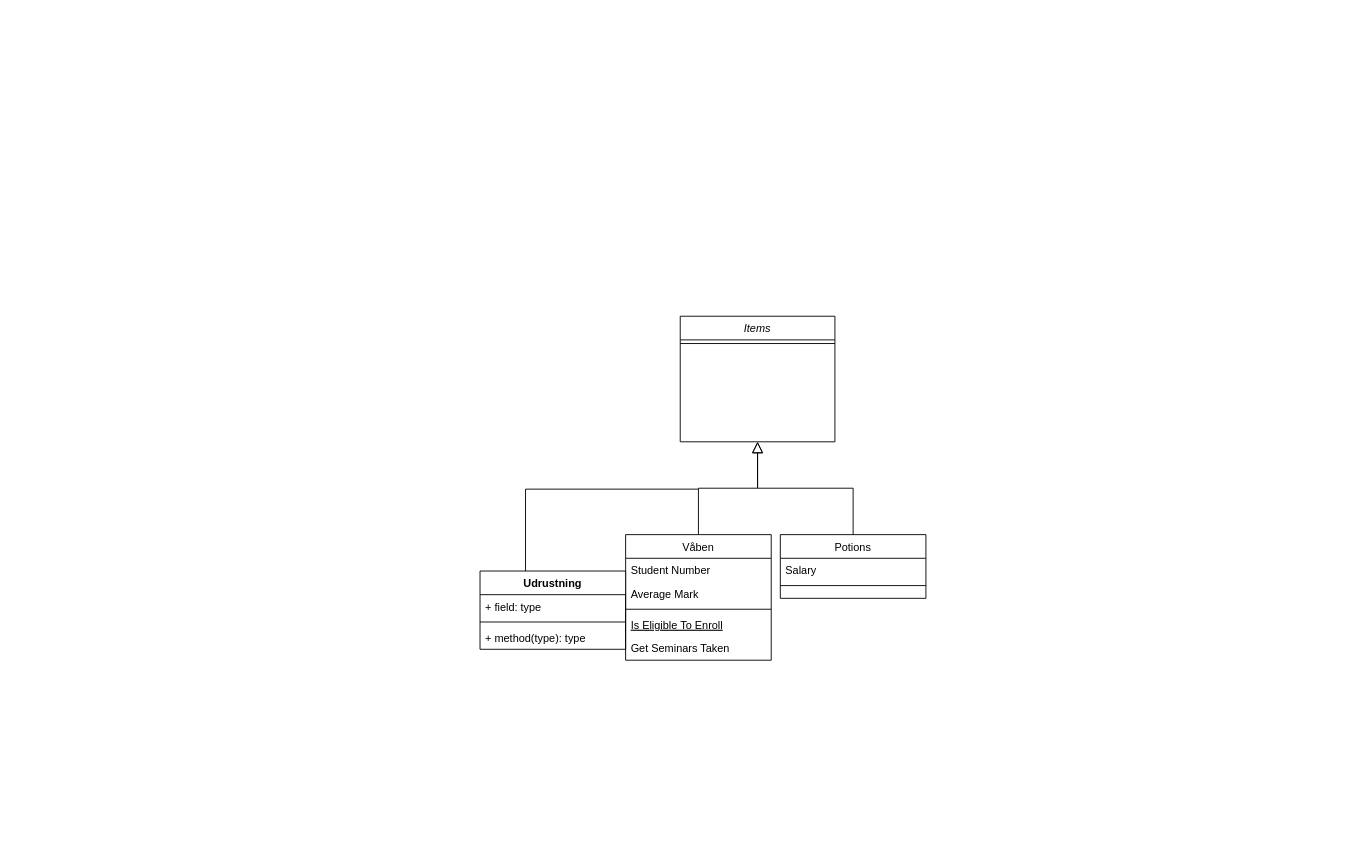
Above: Unavngivet diagram.drawio in cao002eduzealand/waf (draw.io), before the change. Source tidied: cells renumbered, new cells numbered last; positions are measured from the earlier drawing's top-left corner, leaving out a move shared by most shapes. Both pictures are drawn from the tidied source at 91%, with x=0, y=0 at pixel (480, 316).
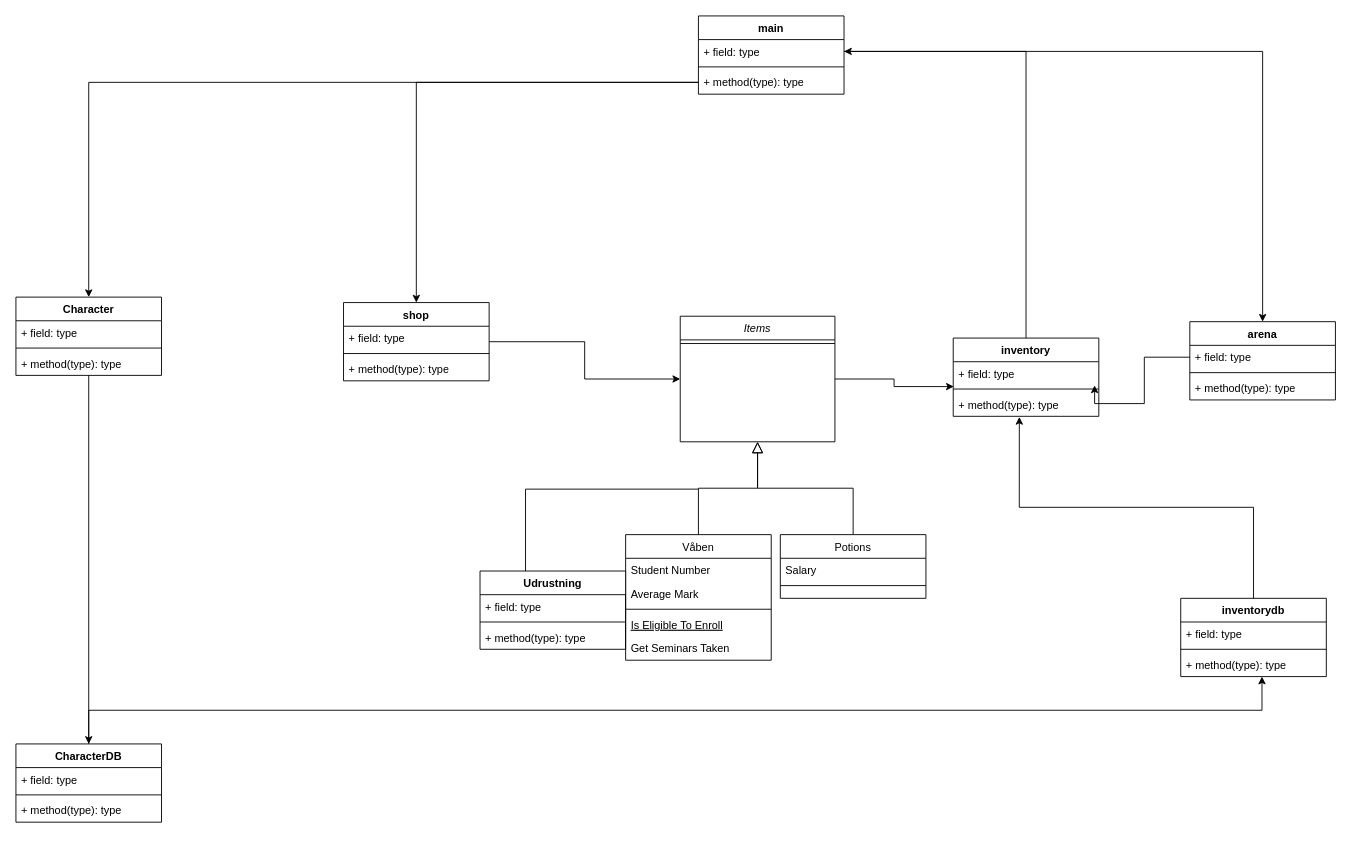
After the change.

Unchanged cells that the change refers to:
```xml
<mxCell id="2" value="Items" style="swimlane;fontStyle=2;align=center;verticalAlign=top;horizontal=1;startSize=26;rounded=0;shadow=0;strokeWidth=1;" parent="1" vertex="1">
  <mxGeometry x="220" width="170" height="138" as="geometry" />
</mxCell>
```

The edit, as a diff of the source:
```diff
@@
+    <mxCell id="20" value="main" style="swimlane;fontStyle=1;align=center;verticalAlign=top;horizontal=1;startSize=26;whiteSpace=wrap;html=1;" parent="1" vertex="1">
+      <mxGeometry x="240" y="-330" width="160" height="86" as="geometry" />
+    </mxCell>
+    <mxCell id="21" value="+ field: type" style="text;strokeColor=none;fillColor=none;align=left;verticalAlign=top;spacingLeft=4;spacingRight=4;overflow=hidden;points=[[0,0.5],[1,0.5]];portConstraint=eastwest;whiteSpace=wrap;html=1;" parent="20" vertex="1">
+      <mxGeometry y="26" width="160" height="26" as="geometry" />
+    </mxCell>
+    <mxCell id="22" style="line;strokeWidth=1;fillColor=none;align=left;verticalAlign=middle;spacingTop=-1;spacingLeft=3;spacingRight=3;labelPosition=right;strokeColor=inherit;" parent="20" vertex="1">
+      <mxGeometry y="52" width="160" height="8" as="geometry" />
+    </mxCell>
+    <mxCell id="23" value="+ method(type): type" style="text;strokeColor=none;fillColor=none;align=left;verticalAlign=top;spacingLeft=4;spacingRight=4;overflow=hidden;points=[[0,0.5],[1,0.5]];portConstraint=eastwest;whiteSpace=wrap;html=1;" parent="20" vertex="1">
+      <mxGeometry y="60" width="160" height="26" as="geometry" />
+    </mxCell>
+    <mxCell id="24" value="inventorydb" style="swimlane;fontStyle=1;align=center;verticalAlign=top;horizontal=1;startSize=26;whiteSpace=wrap;html=1;" parent="1" vertex="1">
+      <mxGeometry x="770" y="310" width="160" height="86" as="geometry" />
+    </mxCell>
+    <mxCell id="25" value="+ field: type" style="text;strokeColor=none;fillColor=none;align=left;verticalAlign=top;spacingLeft=4;spacingRight=4;overflow=hidden;whiteSpace=wrap;html=1;" parent="24" vertex="1">
+      <mxGeometry y="26" width="160" height="26" as="geometry" />
+    </mxCell>
+    <mxCell id="26" style="line;strokeWidth=1;fillColor=none;align=left;verticalAlign=middle;spacingTop=-1;spacingLeft=3;spacingRight=3;labelPosition=right;strokeColor=inherit;" parent="24" vertex="1">
+      <mxGeometry y="52" width="160" height="8" as="geometry" />
+    </mxCell>
+    <mxCell id="27" value="+ method(type): type" style="text;strokeColor=none;fillColor=none;align=left;verticalAlign=top;spacingLeft=4;spacingRight=4;overflow=hidden;points=[[0,0.5],[1,0.5]];portConstraint=eastwest;whiteSpace=wrap;html=1;" parent="24" vertex="1">
+      <mxGeometry y="60" width="160" height="26" as="geometry" />
+    </mxCell>
+    <mxCell id="28" value="arena" style="swimlane;fontStyle=1;align=center;verticalAlign=top;horizontal=1;startSize=26;whiteSpace=wrap;html=1;" parent="1" vertex="1">
+      <mxGeometry x="780" y="6" width="160" height="86" as="geometry" />
+    </mxCell>
+    <mxCell id="29" value="+ field: type" style="text;strokeColor=none;fillColor=none;align=left;verticalAlign=top;spacingLeft=4;spacingRight=4;overflow=hidden;points=[[0,0.5],[1,0.5]];portConstraint=eastwest;whiteSpace=wrap;html=1;" parent="28" vertex="1">
+      <mxGeometry y="26" width="160" height="26" as="geometry" />
+    </mxCell>
+    <mxCell id="30" style="line;strokeWidth=1;fillColor=none;align=left;verticalAlign=middle;spacingTop=-1;spacingLeft=3;spacingRight=3;labelPosition=right;strokeColor=inherit;" parent="28" vertex="1">
+      <mxGeometry y="52" width="160" height="8" as="geometry" />
+    </mxCell>
+    <mxCell id="31" value="+ method(type): type" style="text;strokeColor=none;fillColor=none;align=left;verticalAlign=top;spacingLeft=4;spacingRight=4;overflow=hidden;whiteSpace=wrap;html=1;" parent="28" vertex="1">
+      <mxGeometry y="60" width="160" height="26" as="geometry" />
+    </mxCell>
+    <mxCell id="32" style="edgeStyle=orthogonalEdgeStyle;rounded=0;jettySize=auto;html=1;entryX=0;entryY=0.5;entryDx=0;entryDy=0;" parent="1" edge="1" source="33" target="2">
+      <mxGeometry relative="1" as="geometry" />
+    </mxCell>
+    <mxCell id="33" value="shop" style="swimlane;fontStyle=1;align=center;verticalAlign=top;horizontal=1;startSize=26;whiteSpace=wrap;html=1;" parent="1" vertex="1">
+      <mxGeometry x="-150" y="-15" width="160" height="86" as="geometry" />
+    </mxCell>
+    <mxCell id="34" value="+ field: type" style="text;strokeColor=none;fillColor=none;align=left;verticalAlign=top;spacingLeft=4;spacingRight=4;overflow=hidden;whiteSpace=wrap;html=1;" parent="33" vertex="1">
+      <mxGeometry y="26" width="160" height="26" as="geometry" />
+    </mxCell>
+    <mxCell id="35" style="line;strokeWidth=1;fillColor=none;align=left;verticalAlign=middle;spacingTop=-1;spacingLeft=3;spacingRight=3;labelPosition=right;strokeColor=inherit;" parent="33" vertex="1">
+      <mxGeometry y="52" width="160" height="8" as="geometry" />
+    </mxCell>
+    <mxCell id="36" value="+ method(type): type" style="text;strokeColor=none;fillColor=none;align=left;verticalAlign=top;spacingLeft=4;spacingRight=4;overflow=hidden;whiteSpace=wrap;html=1;" parent="33" vertex="1">
+      <mxGeometry y="60" width="160" height="26" as="geometry" />
+    </mxCell>
+    <mxCell id="37" style="edgeStyle=orthogonalEdgeStyle;rounded=0;jettySize=auto;html=1;entryX=1;entryY=0.5;entryDx=0;entryDy=0;" parent="1" edge="1" source="38" target="21">
+      <mxGeometry relative="1" as="geometry" />
+    </mxCell>
+    <mxCell id="38" value="inventory" style="swimlane;fontStyle=1;align=center;verticalAlign=top;horizontal=1;startSize=26;whiteSpace=wrap;html=1;" parent="1" vertex="1">
+      <mxGeometry x="520" y="24" width="160" height="86" as="geometry" />
+    </mxCell>
+    <mxCell id="39" value="+ field: type" style="text;strokeColor=none;fillColor=none;align=left;verticalAlign=top;spacingLeft=4;spacingRight=4;overflow=hidden;points=[[0,0.5],[1,0.5]];portConstraint=eastwest;whiteSpace=wrap;html=1;" parent="38" vertex="1">
+      <mxGeometry y="26" width="160" height="26" as="geometry" />
+    </mxCell>
+    <mxCell id="40" style="line;strokeWidth=1;fillColor=none;align=left;verticalAlign=middle;spacingTop=-1;spacingLeft=3;spacingRight=3;labelPosition=right;strokeColor=inherit;" parent="38" vertex="1">
+      <mxGeometry y="52" width="160" height="8" as="geometry" />
+    </mxCell>
+    <mxCell id="41" value="+ method(type): type" style="text;strokeColor=none;fillColor=none;align=left;verticalAlign=top;spacingLeft=4;spacingRight=4;overflow=hidden;points=[[0,0.5],[1,0.5]];portConstraint=eastwest;whiteSpace=wrap;html=1;" parent="38" vertex="1">
+      <mxGeometry y="60" width="160" height="26" as="geometry" />
+    </mxCell>
+    <mxCell id="42" style="edgeStyle=orthogonalEdgeStyle;rounded=0;jettySize=auto;html=1;entryX=0.5;entryY=0;entryDx=0;entryDy=0;" parent="1" edge="1" source="43" target="47">
+      <mxGeometry relative="1" as="geometry" />
+    </mxCell>
+    <mxCell id="43" value="Character" style="swimlane;fontStyle=1;align=center;verticalAlign=top;horizontal=1;startSize=26;whiteSpace=wrap;html=1;" parent="1" vertex="1">
+      <mxGeometry x="-510" y="-21" width="160" height="86" as="geometry" />
+    </mxCell>
+    <mxCell id="44" value="+ field: type" style="text;strokeColor=none;fillColor=none;align=left;verticalAlign=top;spacingLeft=4;spacingRight=4;overflow=hidden;whiteSpace=wrap;html=1;" parent="43" vertex="1">
+      <mxGeometry y="26" width="160" height="26" as="geometry" />
+    </mxCell>
+    <mxCell id="45" style="line;strokeWidth=1;fillColor=none;align=left;verticalAlign=middle;spacingTop=-1;spacingLeft=3;spacingRight=3;labelPosition=right;strokeColor=inherit;" parent="43" vertex="1">
+      <mxGeometry y="52" width="160" height="8" as="geometry" />
+    </mxCell>
+    <mxCell id="46" value="+ method(type): type" style="text;strokeColor=none;fillColor=none;align=left;verticalAlign=top;spacingLeft=4;spacingRight=4;overflow=hidden;whiteSpace=wrap;html=1;" parent="43" vertex="1">
+      <mxGeometry y="60" width="160" height="26" as="geometry" />
+    </mxCell>
+    <mxCell id="47" value="CharacterDB" style="swimlane;fontStyle=1;align=center;verticalAlign=top;horizontal=1;startSize=26;whiteSpace=wrap;html=1;" parent="1" vertex="1">
+      <mxGeometry x="-510" y="470" width="160" height="86" as="geometry" />
+    </mxCell>
+    <mxCell id="48" value="+ field: type" style="text;strokeColor=none;fillColor=none;align=left;verticalAlign=top;spacingLeft=4;spacingRight=4;overflow=hidden;whiteSpace=wrap;html=1;" parent="47" vertex="1">
+      <mxGeometry y="26" width="160" height="26" as="geometry" />
+    </mxCell>
+    <mxCell id="49" style="line;strokeWidth=1;fillColor=none;align=left;verticalAlign=middle;spacingTop=-1;spacingLeft=3;spacingRight=3;labelPosition=right;strokeColor=inherit;" parent="47" vertex="1">
+      <mxGeometry y="52" width="160" height="8" as="geometry" />
+    </mxCell>
+    <mxCell id="50" value="+ method(type): type" style="text;strokeColor=none;fillColor=none;align=left;verticalAlign=top;spacingLeft=4;spacingRight=4;overflow=hidden;whiteSpace=wrap;html=1;" parent="47" vertex="1">
+      <mxGeometry y="60" width="160" height="26" as="geometry" />
+    </mxCell>
+    <mxCell id="51" style="edgeStyle=orthogonalEdgeStyle;rounded=0;jettySize=auto;html=1;entryX=0.558;entryY=1;entryDx=0;entryDy=0;entryPerimeter=0;" parent="1" edge="1" source="47" target="27">
+      <mxGeometry relative="1" as="geometry" />
+    </mxCell>
+    <mxCell id="52" style="edgeStyle=orthogonalEdgeStyle;rounded=0;jettySize=auto;html=1;entryX=0.5;entryY=0;entryDx=0;entryDy=0;" parent="1" edge="1" source="23" target="43">
+      <mxGeometry relative="1" as="geometry" />
+    </mxCell>
+    <mxCell id="53" style="edgeStyle=orthogonalEdgeStyle;rounded=0;jettySize=auto;html=1;" parent="1" edge="1" source="23" target="33">
+      <mxGeometry relative="1" as="geometry" />
+    </mxCell>
+    <mxCell id="54" style="edgeStyle=orthogonalEdgeStyle;rounded=0;jettySize=auto;html=1;entryX=0.5;entryY=0;entryDx=0;entryDy=0;" parent="1" edge="1" source="21" target="28">
+      <mxGeometry relative="1" as="geometry" />
+    </mxCell>
+    <mxCell id="55" style="edgeStyle=orthogonalEdgeStyle;rounded=0;jettySize=auto;html=1;entryX=0.971;entryY=1;entryDx=0;entryDy=0;entryPerimeter=0;" parent="1" edge="1" source="29" target="39">
+      <mxGeometry relative="1" as="geometry" />
+    </mxCell>
+    <mxCell id="56" style="edgeStyle=orthogonalEdgeStyle;rounded=0;jettySize=auto;html=1;entryX=0.004;entryY=1.051;entryDx=0;entryDy=0;entryPerimeter=0;" parent="1" edge="1" source="2" target="39">
+      <mxGeometry relative="1" as="geometry" />
+    </mxCell>
+    <mxCell id="57" style="edgeStyle=orthogonalEdgeStyle;rounded=0;jettySize=auto;html=1;entryX=0.454;entryY=1.026;entryDx=0;entryDy=0;entryPerimeter=0;" parent="1" edge="1" source="24" target="41">
+      <mxGeometry relative="1" as="geometry" />
+    </mxCell>
```
